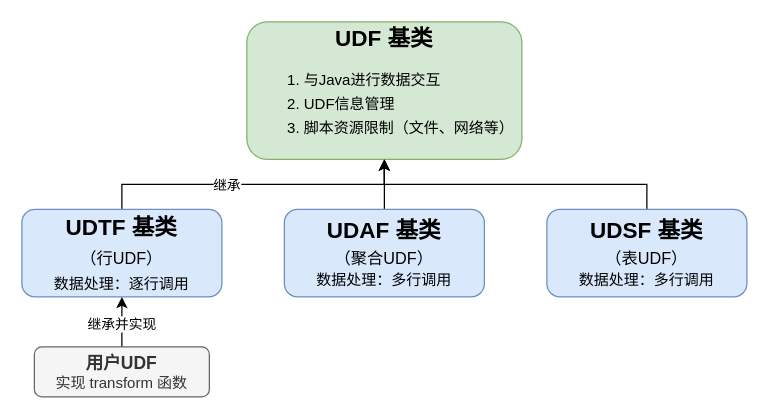
Before: page "UDF基类模式" (5 of 8) of test.drawio in shinyano/drawio, a draw.io diagram. Source tidied: cells renumbered, new cells numbered last; positions are measured from the earlier drawing's top-left corner, leaving out a move shared by most shapes. Both pictures are drawn from the tidied source at 125%, with x=0, y=0 at pixel (21, 21).
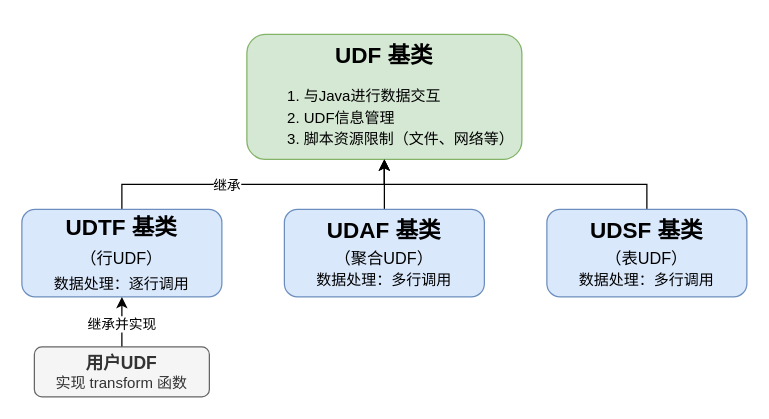
The same diagram, later.

Diff of the diagram source:
```diff
@@
 <mxGraphModel>
   <root>
     <mxCell id="0" />
     <mxCell id="1" parent="0" />
-    <mxCell id="2" value="&lt;b&gt;&lt;font style=&quot;font-size: 18px;&quot;&gt;UDF 基类&lt;/font&gt;&lt;/b&gt;&lt;div&gt;&lt;ol style=&quot;line-height: 160%;&quot;&gt;&lt;li style=&quot;text-align: left;&quot;&gt;与Java进行数据交互&lt;/li&gt;&lt;li style=&quot;text-align: left;&quot;&gt;UDF信息管理&lt;/li&gt;&lt;li style=&quot;text-align: left;&quot;&gt;脚本资源限制（文件、网络等）&lt;/li&gt;&lt;/ol&gt;&lt;/div&gt;" style="rounded=1;whiteSpace=wrap;html=1;fillColor=#d5e8d4;strokeColor=#82b366;" parent="1" vertex="1">
-      <mxGeometry x="180" width="220" height="110" as="geometry" />
+    <mxCell id="2" value="&lt;div style=&quot;line-height: 140%;&quot;&gt;&lt;b&gt;&lt;font style=&quot;font-size: 18px; line-height: 140%;&quot;&gt;UDF 基类&lt;/font&gt;&lt;/b&gt;&lt;div&gt;&lt;ol&gt;&lt;li style=&quot;text-align: left;&quot;&gt;与Java进行数据交互&lt;/li&gt;&lt;li style=&quot;text-align: left;&quot;&gt;UDF信息管理&lt;/li&gt;&lt;li style=&quot;text-align: left;&quot;&gt;脚本资源限制（文件、网络等）&lt;/li&gt;&lt;/ol&gt;&lt;/div&gt;&lt;/div&gt;" style="rounded=1;whiteSpace=wrap;html=1;fillColor=#d5e8d4;strokeColor=#82b366;spacing=2;spacingTop=8;" parent="1" vertex="1">
+      <mxGeometry x="180" y="10" width="220" height="100" as="geometry" />
     </mxCell>
     <mxCell id="3" style="edgeStyle=orthogonalEdgeStyle;rounded=0;jettySize=auto;html=1;entryX=0.5;entryY=1;entryDx=0;entryDy=0;exitX=0.5;exitY=0;exitDx=0;exitDy=0;" parent="1" edge="1" source="5" target="2">
       <mxGeometry relative="1" as="geometry">
         <Array as="points">
           <mxPoint x="80" y="130" />
           <mxPoint x="290" y="130" />
         </Array>
       </mxGeometry>
     </mxCell>
     <mxCell id="4" value="继承" style="edgeLabel;html=1;align=center;verticalAlign=middle;" parent="3" vertex="1">
       <mxGeometry x="-0.18" relative="1" as="geometry" />
     </mxCell>
     <mxCell id="5" value="&lt;div style=&quot;line-height: 160%;&quot;&gt;&lt;font style=&quot;font-size: 18px; line-height: 160%;&quot;&gt;&lt;b&gt;UDTF 基类&lt;/b&gt;&lt;/font&gt;&lt;div&gt;&lt;font style=&quot;font-size: 13px; line-height: 160%;&quot;&gt;（行UDF）&lt;/font&gt;&lt;div&gt;数据处理：逐行调用&lt;/div&gt;&lt;/div&gt;&lt;/div&gt;" style="rounded=1;whiteSpace=wrap;html=1;fillColor=#dae8fc;strokeColor=#6c8ebf;" parent="1" vertex="1">
       <mxGeometry y="150" width="160" height="70" as="geometry" />
     </mxCell>
     <mxCell id="6" style="edgeStyle=orthogonalEdgeStyle;rounded=0;jettySize=auto;html=1;exitX=0.5;exitY=0;exitDx=0;exitDy=0;" parent="1" edge="1" source="7">
       <mxGeometry relative="1" as="geometry">
         <mxPoint x="289.9" y="110" as="targetPoint" />
       </mxGeometry>
     </mxCell>
     <mxCell id="7" value="&lt;div style=&quot;line-height: 140%;&quot;&gt;&lt;font style=&quot;font-size: 18px; line-height: 140%;&quot;&gt;&lt;b&gt;UDAF 基类&lt;/b&gt;&lt;/font&gt;&lt;div&gt;&lt;font style=&quot;font-size: 13px; line-height: 140%;&quot;&gt;（聚合UDF）&lt;/font&gt;&lt;div&gt;数据处理：多行调用&lt;/div&gt;&lt;/div&gt;&lt;/div&gt;" style="rounded=1;whiteSpace=wrap;html=1;fillColor=#dae8fc;strokeColor=#6c8ebf;" parent="1" vertex="1">
       <mxGeometry x="210" y="150" width="160" height="70" as="geometry" />
     </mxCell>
     <mxCell id="8" style="edgeStyle=orthogonalEdgeStyle;rounded=0;jettySize=auto;html=1;exitX=0.5;exitY=0;exitDx=0;exitDy=0;" parent="1" edge="1" source="9">
       <mxGeometry relative="1" as="geometry">
         <mxPoint x="290" y="110" as="targetPoint" />
         <Array as="points">
           <mxPoint x="500" y="130" />
           <mxPoint x="290" y="130" />
         </Array>
       </mxGeometry>
     </mxCell>
     <mxCell id="9" value="&lt;div style=&quot;line-height: 140%;&quot;&gt;&lt;font style=&quot;font-size: 18px; line-height: 140%;&quot;&gt;&lt;b&gt;UDSF 基类&lt;/b&gt;&lt;/font&gt;&lt;div&gt;&lt;font style=&quot;font-size: 13px; line-height: 140%;&quot;&gt;（表UDF）&lt;/font&gt;&lt;div&gt;数据处理：多行调用&lt;/div&gt;&lt;/div&gt;&lt;/div&gt;" style="rounded=1;whiteSpace=wrap;html=1;fillColor=#dae8fc;strokeColor=#6c8ebf;" parent="1" vertex="1">
       <mxGeometry x="420" y="150" width="160" height="70" as="geometry" />
     </mxCell>
     <mxCell id="10" style="edgeStyle=orthogonalEdgeStyle;rounded=0;jettySize=auto;html=1;entryX=0.5;entryY=1;entryDx=0;entryDy=0;" parent="1" edge="1" source="12" target="5">
       <mxGeometry relative="1" as="geometry" />
     </mxCell>
     <mxCell id="11" value="继承并实现" style="edgeLabel;html=1;align=center;verticalAlign=middle;" parent="10" vertex="1">
       <mxGeometry x="-0.04" y="1" relative="1" as="geometry" />
     </mxCell>
     <mxCell id="12" value="&lt;font style=&quot;font-size: 14px;&quot;&gt;&lt;b&gt;用户UDF&lt;/b&gt;&lt;/font&gt;&lt;div&gt;实现 transform 函数&lt;/div&gt;" style="rounded=1;whiteSpace=wrap;html=1;fillColor=#f5f5f5;fontColor=#333333;strokeColor=#666666;" parent="1" vertex="1">
       <mxGeometry x="10" y="260" width="140" height="40" as="geometry" />
     </mxCell>
   </root>
 </mxGraphModel>
```
